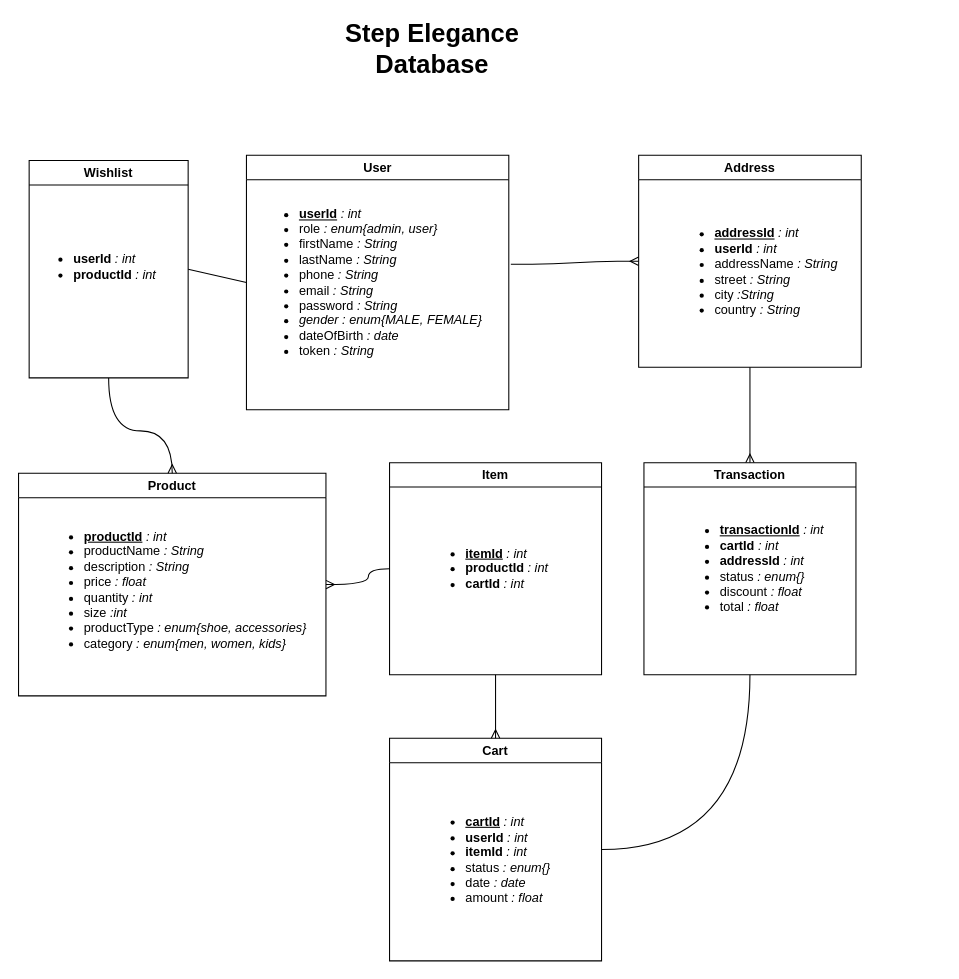
Above: StepEleganceFrontEnd/src/assets/ER-diagram.drawio in kasmi00/Step_Elegance33A (draw.io), before the change. Source tidied: cells renumbered, new cells numbered last; positions are measured from the earlier drawing's top-left corner, leaving out a move shared by most shapes. Both pictures are drawn from the tidied source at 106%, with x=0, y=0 at pixel (18, 28).
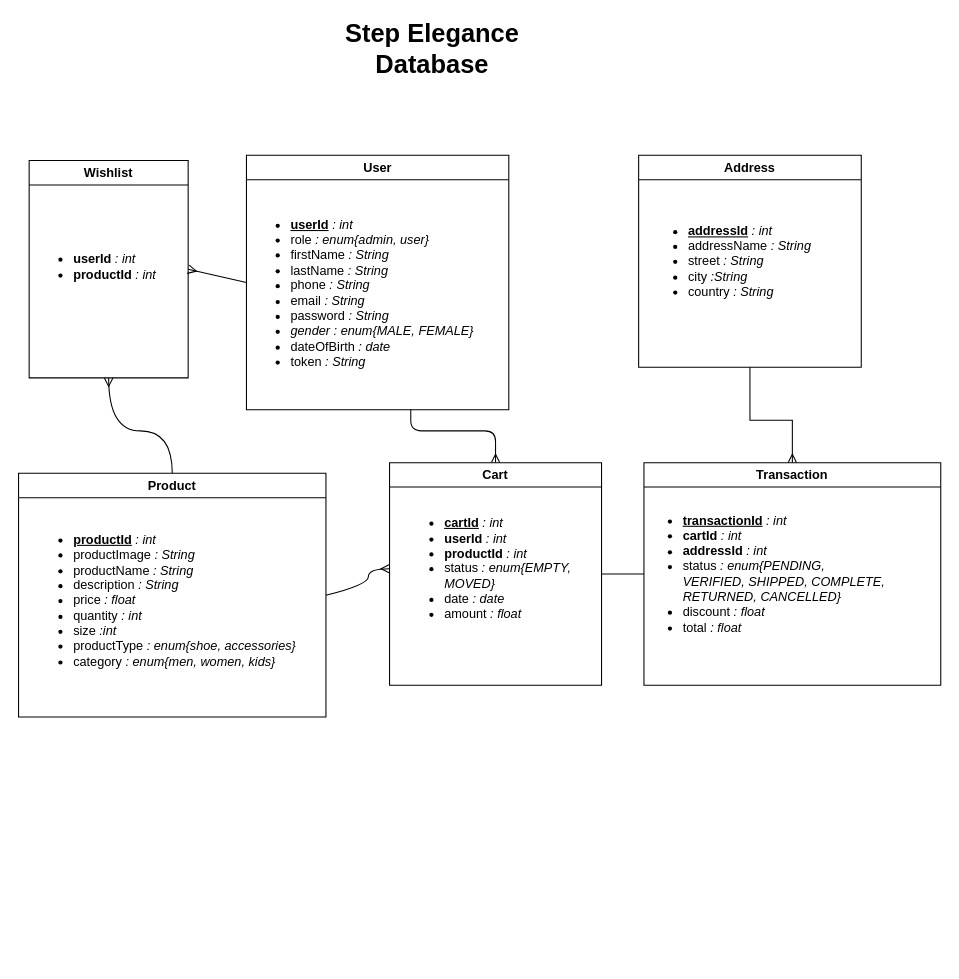
Above is the later version.

Commit message:
modified the database diagram

The change refers to these unchanged cells:
```xml
<mxCell id="4" value="User" style="swimlane;whiteSpace=wrap;html=1;" parent="1" vertex="1">
  <mxGeometry x="215" y="120" width="247.5" height="240" as="geometry" />
</mxCell>
<mxCell id="8" value="Wishlist" style="swimlane;whiteSpace=wrap;html=1;" parent="1" vertex="1">
  <mxGeometry x="10" y="125" width="150" height="205" as="geometry" />
</mxCell>
<mxCell id="13" value="Address" style="swimlane;whiteSpace=wrap;html=1;" parent="1" vertex="1">
  <mxGeometry x="585" y="120" width="210" height="200" as="geometry" />
</mxCell>
```

The edit, as a diff of the source:
```diff
@@
     <mxCell id="2" value="Product" style="swimlane;whiteSpace=wrap;html=1;" parent="1" vertex="1">
-      <mxGeometry y="420" width="290" height="210" as="geometry" />
+      <mxGeometry y="420" width="290" height="230" as="geometry" />
     </mxCell>
-    <mxCell id="3" value="&lt;ul&gt;&lt;li&gt;&lt;u style=&quot;font-weight: bold;&quot;&gt;productId&lt;/u&gt;&lt;i&gt;&amp;nbsp;: int&lt;/i&gt;&lt;/li&gt;&lt;li&gt;productName &lt;i&gt;: String&lt;/i&gt;&lt;/li&gt;&lt;li&gt;description &lt;i&gt;: String&lt;/i&gt;&lt;/li&gt;&lt;li&gt;price &lt;i&gt;: float&lt;/i&gt;&lt;/li&gt;&lt;li&gt;quantity &lt;i&gt;: int&lt;/i&gt;&lt;/li&gt;&lt;li&gt;size &lt;i&gt;:int&lt;/i&gt;&lt;/li&gt;&lt;li&gt;productType &lt;i&gt;: enum{shoe, accessories}&lt;/i&gt;&lt;/li&gt;&lt;li&gt;category &lt;i&gt;: enum{men, women, kids}&lt;/i&gt;&lt;/li&gt;&lt;/ul&gt;" style="text;html=1;align=left;verticalAlign=middle;strokeColor=none;fillColor=none;" parent="2" vertex="1">
-      <mxGeometry x="20" y="10" width="270" height="200" as="geometry" />
+    <mxCell id="3" value="&lt;ul&gt;&lt;li&gt;&lt;u style=&quot;font-weight: bold;&quot;&gt;productId&lt;/u&gt;&lt;i&gt;&amp;nbsp;: int&lt;/i&gt;&lt;/li&gt;&lt;li&gt;productImage&lt;i&gt; : String&lt;/i&gt;&lt;/li&gt;&lt;li&gt;productName &lt;i&gt;: String&lt;/i&gt;&lt;/li&gt;&lt;li&gt;description &lt;i&gt;: String&lt;/i&gt;&lt;/li&gt;&lt;li&gt;price &lt;i&gt;: float&lt;/i&gt;&lt;/li&gt;&lt;li&gt;quantity &lt;i&gt;: int&lt;/i&gt;&lt;/li&gt;&lt;li&gt;size &lt;i&gt;:int&lt;/i&gt;&lt;/li&gt;&lt;li&gt;productType &lt;i&gt;: enum{shoe, accessories}&lt;/i&gt;&lt;/li&gt;&lt;li&gt;category &lt;i&gt;: enum{men, women, kids}&lt;/i&gt;&lt;/li&gt;&lt;/ul&gt;" style="text;html=1;align=left;verticalAlign=middle;strokeColor=none;fillColor=none;" parent="2" vertex="1">
+      <mxGeometry x="10" y="10" width="270" height="220" as="geometry" />
     </mxCell>
@@
     <mxCell id="5" value="&lt;ul&gt;&lt;li&gt;&lt;b&gt;&lt;u&gt;userId&lt;/u&gt;&amp;nbsp;&lt;/b&gt;&lt;i&gt;: int&lt;/i&gt;&lt;/li&gt;&lt;li&gt;role &lt;i&gt;: enum{admin, user}&lt;/i&gt;&lt;/li&gt;&lt;li&gt;firstName &lt;i&gt;: String&lt;/i&gt;&lt;/li&gt;&lt;li&gt;lastName &lt;i&gt;: String&lt;/i&gt;&lt;/li&gt;&lt;li&gt;phone&lt;i&gt; : String&lt;/i&gt;&lt;/li&gt;&lt;li&gt;email &lt;i&gt;: String&lt;/i&gt;&lt;/li&gt;&lt;li&gt;password &lt;i&gt;: String&lt;/i&gt;&lt;/li&gt;&lt;li&gt;&lt;i&gt;gender : enum{MALE, FEMALE}&lt;/i&gt;&lt;/li&gt;&lt;li&gt;dateOfBirth &lt;i&gt;: date&lt;/i&gt;&lt;/li&gt;&lt;li&gt;token&lt;i&gt; : String&lt;/i&gt;&lt;/li&gt;&lt;/ul&gt;" style="text;html=1;align=left;verticalAlign=middle;points=[];strokeColor=none;fillColor=none;" parent="4" vertex="1">
-      <mxGeometry x="7.5" width="240" height="240" as="geometry" />
+      <mxGeometry y="10" width="240" height="240" as="geometry" />
     </mxCell>
-    <mxCell id="6" style="edgeStyle=none;html=1;exitX=0.5;exitY=1;exitDx=0;exitDy=0;entryX=0.5;entryY=0;entryDx=0;entryDy=0;strokeColor=default;endArrow=ERmany;endFill=0;curved=1;" parent="1" edge="1" source="8" target="2">
+    <mxCell id="6" style="edgeStyle=none;html=1;exitX=0.5;exitY=1;exitDx=0;exitDy=0;entryX=0.5;entryY=0;entryDx=0;entryDy=0;strokeColor=default;endArrow=none;endFill=0;curved=1;startArrow=ERmany;startFill=0;" parent="1" edge="1" source="8" target="2">
       <mxGeometry relative="1" as="geometry">
         <Array as="points">
           <mxPoint x="85" y="380" />
           <mxPoint x="145" y="380" />
         </Array>
       </mxGeometry>
     </mxCell>
-    <mxCell id="7" style="edgeStyle=none;rounded=0;html=1;exitX=1;exitY=0.5;exitDx=0;exitDy=0;strokeColor=default;startArrow=none;startFill=0;endArrow=none;endFill=0;entryX=0;entryY=0.5;entryDx=0;entryDy=0;" parent="1" edge="1" source="8" target="4">
+    <mxCell id="7" style="edgeStyle=none;rounded=0;html=1;exitX=1;exitY=0.5;exitDx=0;exitDy=0;strokeColor=default;startArrow=ERmany;startFill=0;endArrow=none;endFill=0;entryX=0;entryY=0.5;entryDx=0;entryDy=0;" parent="1" edge="1" source="8" target="4">
       <mxGeometry relative="1" as="geometry" />
     </mxCell>
@@
+    <mxCell id="24" style="edgeStyle=none;html=1;exitX=1;exitY=0.5;exitDx=0;exitDy=0;entryX=0;entryY=0.5;entryDx=0;entryDy=0;startArrow=none;startFill=0;endArrow=none;endFill=0;" parent="1" edge="1" source="10" target="16">
+      <mxGeometry relative="1" as="geometry" />
+    </mxCell>
+    <mxCell id="25" style="edgeStyle=none;html=1;exitX=0.5;exitY=0;exitDx=0;exitDy=0;entryX=0.646;entryY=0.958;entryDx=0;entryDy=0;entryPerimeter=0;startArrow=ERmany;startFill=0;endArrow=none;endFill=0;" parent="1" edge="1" source="10" target="5">
+      <mxGeometry relative="1" as="geometry">
+        <Array as="points">
+          <mxPoint x="450" y="380" />
+          <mxPoint x="370" y="380" />
+        </Array>
+      </mxGeometry>
+    </mxCell>
     <mxCell id="10" value="Cart" style="swimlane;whiteSpace=wrap;html=1;" parent="1" vertex="1">
-      <mxGeometry x="350" y="670" width="200" height="210" as="geometry" />
+      <mxGeometry x="350" y="410" width="200" height="210" as="geometry" />
     </mxCell>
-    <mxCell id="11" value="&lt;ul&gt;&lt;li&gt;&lt;u style=&quot;font-weight: bold;&quot;&gt;cartId&lt;/u&gt;&lt;i&gt;&amp;nbsp;: int&lt;/i&gt;&lt;/li&gt;&lt;li&gt;&lt;b style=&quot;&quot;&gt;userId &lt;/b&gt;&lt;i&gt;: int&lt;/i&gt;&lt;/li&gt;&lt;li&gt;&lt;b style=&quot;&quot;&gt;itemId &lt;/b&gt;&lt;i&gt;: int&lt;/i&gt;&lt;/li&gt;&lt;li&gt;status&lt;i&gt;&amp;nbsp;: enum{}&lt;/i&gt;&lt;/li&gt;&lt;li&gt;date &lt;i&gt;: date&lt;/i&gt;&lt;/li&gt;&lt;li&gt;amount &lt;i&gt;: float&lt;/i&gt;&lt;/li&gt;&lt;/ul&gt;" style="text;html=1;align=left;verticalAlign=middle;strokeColor=none;fillColor=none;" parent="10" vertex="1">
-      <mxGeometry x="30" y="35" width="140" height="160" as="geometry" />
+    <mxCell id="11" value="&lt;ul&gt;&lt;li&gt;&lt;u style=&quot;font-weight: bold;&quot;&gt;cartId&lt;/u&gt;&lt;i&gt;&amp;nbsp;: int&lt;/i&gt;&lt;/li&gt;&lt;li&gt;&lt;b style=&quot;&quot;&gt;userId &lt;/b&gt;&lt;i&gt;: int&lt;/i&gt;&lt;/li&gt;&lt;li&gt;&lt;b style=&quot;&quot;&gt;productId&amp;nbsp;&lt;/b&gt;&lt;i&gt;: int&lt;/i&gt;&lt;/li&gt;&lt;li&gt;status&lt;i&gt;&amp;nbsp;: enum{EMPTY, &lt;br&gt;MOVED}&lt;/i&gt;&lt;/li&gt;&lt;li&gt;date &lt;i&gt;: date&lt;/i&gt;&lt;/li&gt;&lt;li&gt;amount &lt;i&gt;: float&lt;/i&gt;&lt;/li&gt;&lt;/ul&gt;" style="text;html=1;align=left;verticalAlign=middle;strokeColor=none;fillColor=none;" parent="10" vertex="1">
+      <mxGeometry x="10" y="15" width="180" height="170" as="geometry" />
     </mxCell>
     <mxCell id="12" style="edgeStyle=none;html=1;exitX=0.5;exitY=1;exitDx=0;exitDy=0;strokeColor=default;startArrow=none;startFill=0;endArrow=ERmany;endFill=0;entryX=0.5;entryY=0;entryDx=0;entryDy=0;rounded=0;" parent="1" edge="1" source="13" target="16">
       <mxGeometry relative="1" as="geometry">
         <Array as="points">
           <mxPoint x="690" y="370" />
+          <mxPoint x="730" y="370" />
         </Array>
       </mxGeometry>
     </mxCell>
@@
-    <mxCell id="14" value="&lt;ul&gt;&lt;li style=&quot;&quot;&gt;&lt;u style=&quot;font-weight: bold;&quot;&gt;addressId&lt;/u&gt;&lt;i&gt;&amp;nbsp;: int&lt;/i&gt;&lt;/li&gt;&lt;li style=&quot;&quot;&gt;&lt;b&gt;userId &lt;/b&gt;&lt;i&gt;: int&lt;/i&gt;&lt;/li&gt;&lt;li style=&quot;&quot;&gt;addressName &lt;i&gt;: String&lt;/i&gt;&lt;/li&gt;&lt;li style=&quot;&quot;&gt;street &lt;i&gt;: String&lt;/i&gt;&lt;/li&gt;&lt;li&gt;city &lt;i&gt;:String&lt;/i&gt;&lt;/li&gt;&lt;li&gt;country &lt;i&gt;: String&lt;/i&gt;&lt;/li&gt;&lt;/ul&gt;" style="text;html=1;align=left;verticalAlign=middle;strokeColor=none;fillColor=none;" parent="13" vertex="1">
-      <mxGeometry x="30" y="30" width="180" height="160" as="geometry" />
+    <mxCell id="14" value="&lt;ul&gt;&lt;li style=&quot;&quot;&gt;&lt;u style=&quot;font-weight: bold;&quot;&gt;addressId&lt;/u&gt;&lt;i&gt;&amp;nbsp;: int&lt;/i&gt;&lt;/li&gt;&lt;li style=&quot;&quot;&gt;addressName &lt;i&gt;: String&lt;/i&gt;&lt;/li&gt;&lt;li style=&quot;&quot;&gt;street &lt;i&gt;: String&lt;/i&gt;&lt;/li&gt;&lt;li&gt;city &lt;i&gt;:String&lt;/i&gt;&lt;/li&gt;&lt;li&gt;country &lt;i&gt;: String&lt;/i&gt;&lt;/li&gt;&lt;/ul&gt;" style="text;html=1;align=left;verticalAlign=middle;strokeColor=none;fillColor=none;" parent="13" vertex="1">
+      <mxGeometry x="5" y="30" width="180" height="140" as="geometry" />
     </mxCell>
-    <mxCell id="15" style="edgeStyle=none;html=1;exitX=0.5;exitY=1;exitDx=0;exitDy=0;entryX=1;entryY=0.5;entryDx=0;entryDy=0;strokeColor=default;startArrow=none;startFill=0;endArrow=none;endFill=0;curved=1;" parent="1" edge="1" source="16" target="10">
-      <mxGeometry relative="1" as="geometry">
-        <Array as="points">
-          <mxPoint x="690" y="775" />
-        </Array>
-      </mxGeometry>
-    </mxCell>
     <mxCell id="16" value="Transaction" style="swimlane;whiteSpace=wrap;html=1;" parent="1" vertex="1">
-      <mxGeometry x="590" y="410" width="200" height="200" as="geometry" />
+      <mxGeometry x="590" y="410" width="280" height="210" as="geometry" />
     </mxCell>
-    <mxCell id="17" value="&lt;ul&gt;&lt;li&gt;&lt;u style=&quot;font-weight: bold;&quot;&gt;transactionId&lt;/u&gt;&lt;i&gt;&amp;nbsp;: int&lt;/i&gt;&lt;/li&gt;&lt;li&gt;&lt;b style=&quot;&quot;&gt;cartId&lt;/b&gt;&lt;i&gt;&amp;nbsp;: int&lt;/i&gt;&lt;/li&gt;&lt;li style=&quot;border-color: var(--border-color);&quot;&gt;&lt;b style=&quot;border-color: var(--border-color);&quot;&gt;addressId&amp;nbsp;&lt;/b&gt;&lt;i style=&quot;border-color: var(--border-color);&quot;&gt;: int&lt;/i&gt;&lt;/li&gt;&lt;li&gt;status&lt;i&gt;&amp;nbsp;: enum{}&lt;/i&gt;&lt;/li&gt;&lt;li&gt;discount&lt;i&gt;&amp;nbsp;: float&lt;/i&gt;&lt;/li&gt;&lt;li&gt;total &lt;i&gt;: float&lt;/i&gt;&lt;/li&gt;&lt;/ul&gt;" style="text;html=1;align=left;verticalAlign=middle;strokeColor=none;fillColor=none;" parent="16" vertex="1">
-      <mxGeometry x="30" y="20" width="160" height="160" as="geometry" />
+    <mxCell id="17" value="&lt;ul&gt;&lt;li&gt;&lt;u style=&quot;font-weight: bold;&quot;&gt;transactionId&lt;/u&gt;&lt;i&gt;&amp;nbsp;: int&lt;/i&gt;&lt;/li&gt;&lt;li&gt;&lt;b style=&quot;&quot;&gt;cartId&lt;/b&gt;&lt;i&gt;&amp;nbsp;: int&lt;/i&gt;&lt;/li&gt;&lt;li style=&quot;border-color: var(--border-color);&quot;&gt;&lt;b style=&quot;border-color: var(--border-color);&quot;&gt;addressId&amp;nbsp;&lt;/b&gt;&lt;i style=&quot;border-color: var(--border-color);&quot;&gt;: int&lt;/i&gt;&lt;/li&gt;&lt;li&gt;status&lt;i&gt;&amp;nbsp;: enum{PENDING, &lt;br&gt;VERIFIED, SHIPPED, COMPLETE, &lt;br&gt;RETURNED, CANCELLED}&lt;/i&gt;&lt;/li&gt;&lt;li&gt;discount&lt;i&gt;&amp;nbsp;: float&lt;/i&gt;&lt;/li&gt;&lt;li&gt;total &lt;i&gt;: float&lt;/i&gt;&lt;/li&gt;&lt;/ul&gt;" style="text;html=1;align=left;verticalAlign=middle;strokeColor=none;fillColor=none;" parent="16" vertex="1">
+      <mxGeometry x="-5" y="10" width="250" height="190" as="geometry" />
     </mxCell>
-    <mxCell id="18" style="edgeStyle=none;html=1;exitX=0;exitY=0.5;exitDx=0;exitDy=0;entryX=1;entryY=0.5;entryDx=0;entryDy=0;strokeColor=default;endArrow=ERmany;endFill=0;startArrow=none;startFill=0;curved=1;" parent="1" edge="1" source="20" target="2">
+    <mxCell id="18" style="edgeStyle=none;html=1;exitX=0;exitY=0.5;exitDx=0;exitDy=0;entryX=1;entryY=0.5;entryDx=0;entryDy=0;strokeColor=default;endArrow=none;endFill=0;startArrow=ERmany;startFill=0;curved=1;" parent="1" edge="1" target="2">
       <mxGeometry relative="1" as="geometry">
+        <mxPoint x="350" y="510" as="sourcePoint" />
         <Array as="points">
           <mxPoint x="330" y="510" />
           <mxPoint x="330" y="525" />
         </Array>
       </mxGeometry>
     </mxCell>
-    <mxCell id="19" style="edgeStyle=none;rounded=0;html=1;exitX=0.5;exitY=1;exitDx=0;exitDy=0;entryX=0.5;entryY=0;entryDx=0;entryDy=0;strokeColor=default;startArrow=none;startFill=0;endArrow=ERmany;endFill=0;" parent="1" edge="1" source="20" target="10">
-      <mxGeometry relative="1" as="geometry" />
-    </mxCell>
-    <mxCell id="20" value="Item" style="swimlane;whiteSpace=wrap;html=1;" parent="1" vertex="1">
-      <mxGeometry x="350" y="410" width="200" height="200" as="geometry" />
-    </mxCell>
-    <mxCell id="21" value="&lt;ul&gt;&lt;li&gt;&lt;b&gt;&lt;u&gt;itemId&lt;/u&gt;&lt;/b&gt; &lt;i&gt;: int&lt;/i&gt;&lt;/li&gt;&lt;li&gt;&lt;b&gt;productId &lt;/b&gt;&lt;i&gt;: int&lt;/i&gt;&lt;/li&gt;&lt;li&gt;&lt;b&gt;cartId &lt;/b&gt;&lt;i&gt;: int&lt;/i&gt;&lt;/li&gt;&lt;/ul&gt;" style="text;html=1;align=left;verticalAlign=middle;strokeColor=none;fillColor=none;" parent="20" vertex="1">
-      <mxGeometry x="30" y="50" width="140" height="100" as="geometry" />
-    </mxCell>
@@
-    <mxCell id="23" style="edgeStyle=entityRelationEdgeStyle;fontSize=12;html=1;endArrow=ERmany;entryX=0;entryY=0.5;entryDx=0;entryDy=0;exitX=1.008;exitY=0.428;exitDx=0;exitDy=0;exitPerimeter=0;" parent="1" edge="1" source="5" target="13">
-      <mxGeometry relative="1" as="geometry" />
-    </mxCell>
```
